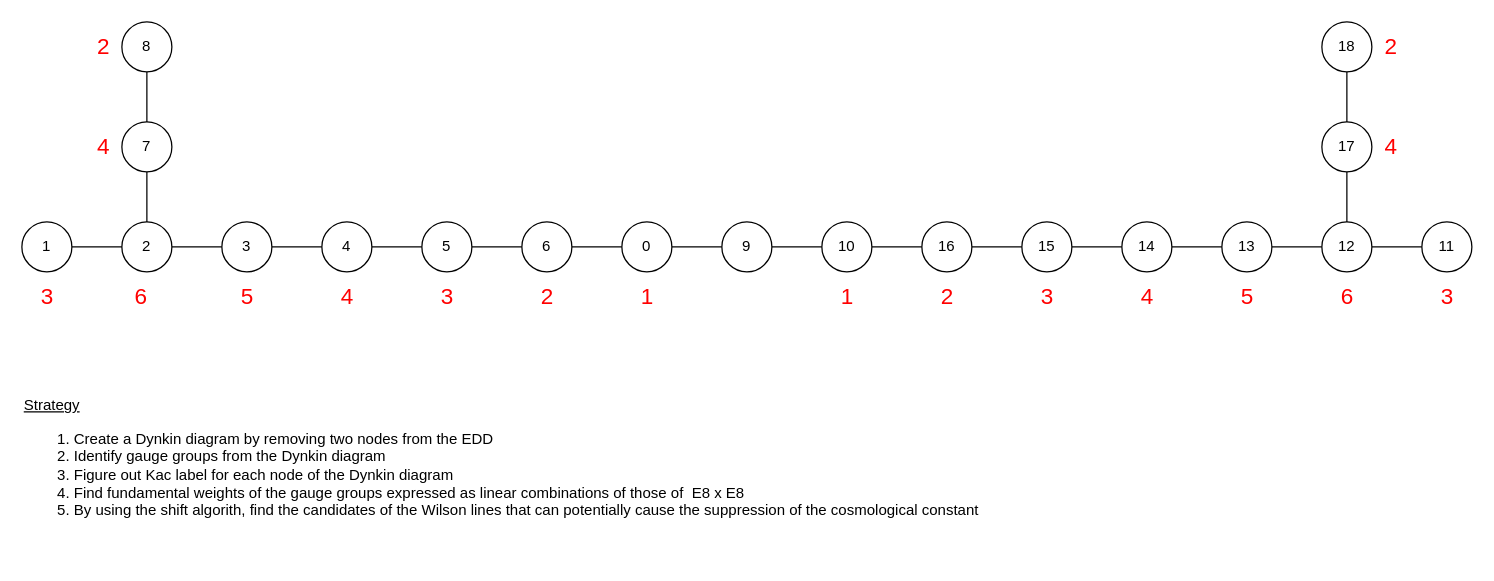
This is page "EDD" (1 of 2) of documents/EDD.drawio from Sota-Nakajima0226/StabilityAnalysis, a draw.io file, before an edit. Source tidied: cells renumbered, new cells numbered last; positions are measured from the earlier drawing's top-left corner, leaving out a move shared by most shapes. Both pictures are drawn from the tidied source at 125%, with x=0, y=0 at pixel (21, 21).
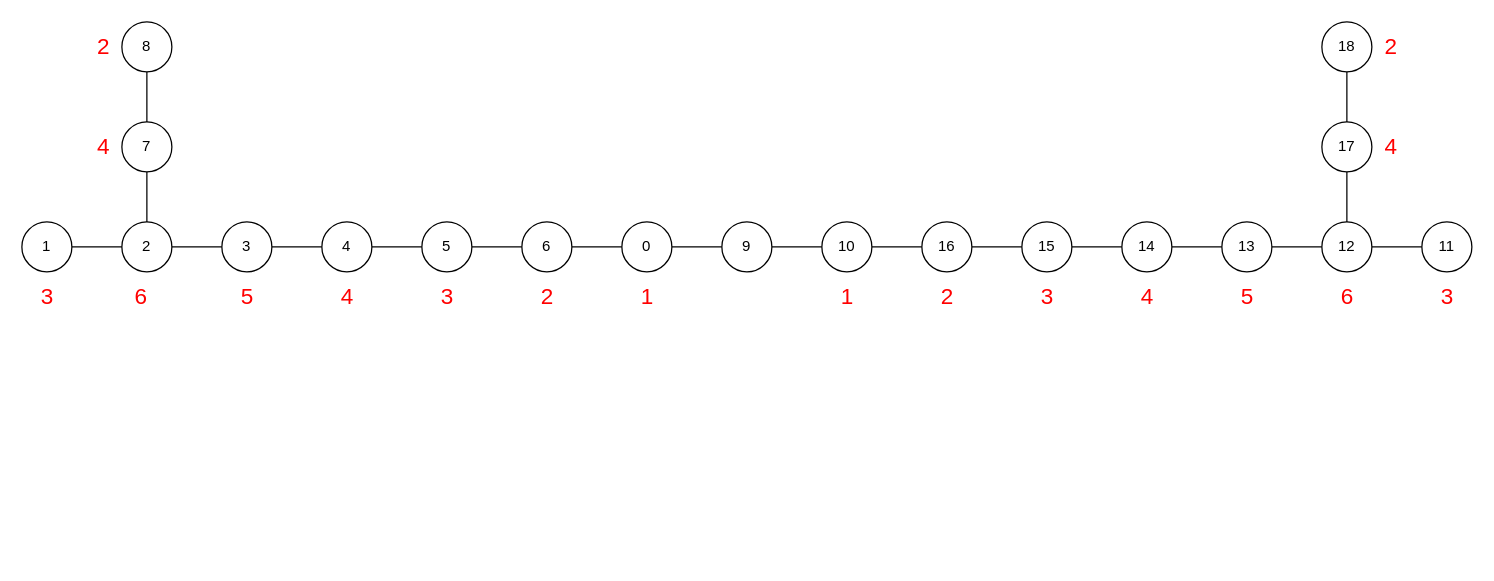
The same diagram, later.

Change to the diagram source:
```diff
@@
-    <mxCell id="57" value="&lt;u&gt;Strategy&lt;/u&gt;&lt;br&gt;&lt;ol&gt;&lt;li&gt;Create a Dynkin diagram by removing two nodes from the EDD&lt;/li&gt;&lt;li&gt;Identify gauge groups from the Dynkin diagram&lt;/li&gt;&lt;li&gt;Figure out Kac label for each node of the Dynkin diagram&lt;/li&gt;&lt;li&gt;Find fundamental weights of the gauge groups expressed as linear combinations of those of&amp;nbsp; E8 x E8&lt;/li&gt;&lt;li&gt;By using the shift algorith, find the candidates of the Wilson lines that can potentially cause the suppression of the cosmological constant&lt;/li&gt;&lt;/ol&gt;" style="text;html=1;align=left;verticalAlign=middle;strokeColor=none;fillColor=none;" parent="1" vertex="1">
-      <mxGeometry y="280" width="790" height="150" as="geometry" />
-    </mxCell>
```
